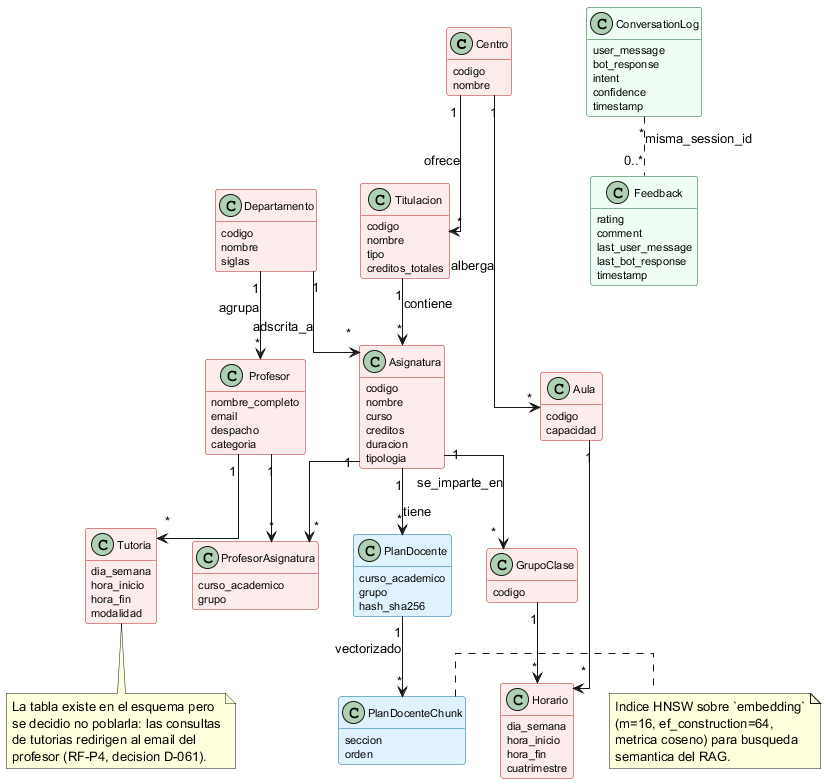
Earlier version of the PlantUML export memoria_tfg/Plantilla TfG/img/modelo_conceptual_ri.png (santiabregu/linceus-assistant). Source of this version:
```plantuml
@startuml modelo_conceptual_ri


hide methods
hide stereotype
skinparam linetype ortho
skinparam shadowing false
skinparam classFontSize 12
skinparam classAttributeFontSize 11

skinparam class {
  BackgroundColor<<dominio>>    #FDECEC
  BorderColor<<dominio>>        #B91C1C
  BackgroundColor<<rag>>        #E0F2FE
  BorderColor<<rag>>            #0369A1
  BackgroundColor<<operacion>>  #F0FDF4
  BorderColor<<operacion>>      #166534
}

class Centro <<dominio>> {
  codigo
  nombre
}

class Titulacion <<dominio>> {
  codigo
  nombre
  tipo
  creditos_totales
}

class Asignatura <<dominio>> {
  codigo
  nombre
  curso
  creditos
  duracion
  tipologia
}

class Departamento <<dominio>> {
  codigo
  nombre
  siglas
}

class Profesor <<dominio>> {
  nombre_completo
  email
  despacho
  categoria
}

class ProfesorAsignatura <<dominio>> {
  curso_academico
  grupo
  rol (titular | coordinador | suplente)
}

class GrupoClase <<dominio>> {
  codigo
  tipo (teoria | laboratorio)
}

class Aula <<dominio>> {
  codigo
  capacidad
  tipo (A: teoria | resto: laboratorio)
}

class Horario <<dominio>> {
  dia_semana
  hora_inicio
  hora_fin
  cuatrimestre
}

class Tutoria <<dominio>> {
  dia_semana
  hora_inicio
  hora_fin
  modalidad
  nota: deliberadamente vacia (D-061)
}

class PlanDocente <<rag>> {
  curso_academico
  grupo
  hash_sha256
  estado_rag (pendiente | en_proceso | completado | error)
}

class PlanDocenteChunk <<rag>> {
  contenido (texto)
  embedding (vector 2000 dims)
  seccion
  orden
}

class ConversationLog <<operacion>> {
  session_id (UUID anonimo)
  user_message
  bot_response
  intent
  confidence
  timestamp
}

class Feedback <<operacion>> {
  session_id (UUID anonimo)
  rating
  comment
  last_user_message
  last_bot_response
  timestamp
}

Centro "1" --> "*" Titulacion : ofrece
Centro "1" --> "*" Aula : alberga
Titulacion "1" --> "*" Asignatura : contiene
Departamento "1" --> "*" Profesor : agrupa
Departamento "1" --> "*" Asignatura : adscrita_a

Asignatura "1" --> "*" GrupoClase : se_imparte_en
Asignatura "1" --> "*" PlanDocente : tiene
Asignatura "1" --> "*" ProfesorAsignatura
Profesor    "1" --> "*" ProfesorAsignatura
Profesor    "1" --> "*" Tutoria

GrupoClase "1" --> "*" Horario
Aula       "1" --> "*" Horario

PlanDocente "1" --> "*" PlanDocenteChunk : vectorizado

ConversationLog "*" .. "0..*" Feedback : misma_session_id

note bottom of Tutoria
  La tabla existe en el esquema pero
  se decidio no poblarla: las consultas
  de tutorias redirigen al email del
  profesor (RF-P4, decision D-061).
end note

note right of PlanDocenteChunk
  Indice HNSW sobre `embedding`
  (m=16, ef_construction=64,
  metrica coseno) para busqueda
  semantica del RAG.
end note

@enduml
```
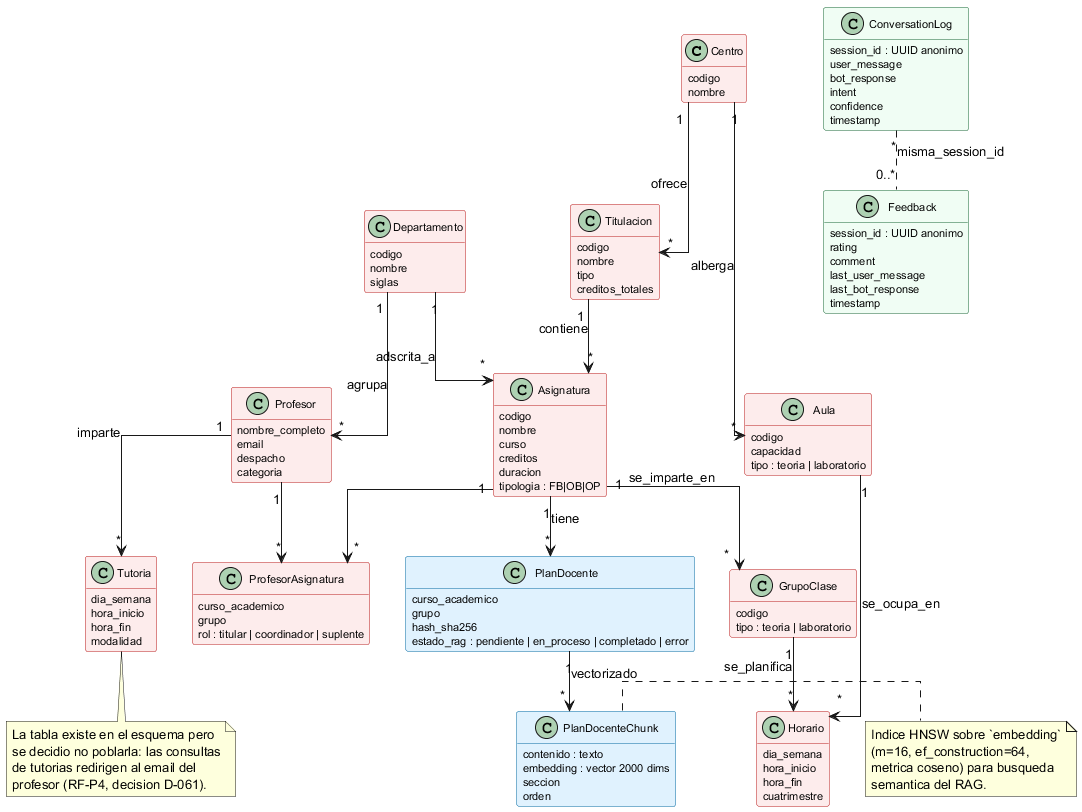
After the change.

Change to the diagram source:
```diff
@@ -35,7 +35,7 @@
   curso
   creditos
   duracion
-  tipologia
+  tipologia : FB|OB|OP
 }
 
 class Departamento <<dominio>> {
@@ -54,18 +54,18 @@
 class ProfesorAsignatura <<dominio>> {
   curso_academico
   grupo
-  rol (titular | coordinador | suplente)
+  rol : titular | coordinador | suplente
 }
 
 class GrupoClase <<dominio>> {
   codigo
-  tipo (teoria | laboratorio)
+  tipo : teoria | laboratorio
 }
 
 class Aula <<dominio>> {
   codigo
   capacidad
-  tipo (A: teoria | resto: laboratorio)
+  tipo : teoria | laboratorio
 }
 
 class Horario <<dominio>> {
@@ -80,25 +80,24 @@
   hora_inicio
   hora_fin
   modalidad
-  nota: deliberadamente vacia (D-061)
 }
 
 class PlanDocente <<rag>> {
   curso_academico
   grupo
   hash_sha256
-  estado_rag (pendiente | en_proceso | completado | error)
+  estado_rag : pendiente | en_proceso | completado | error
 }
 
 class PlanDocenteChunk <<rag>> {
-  contenido (texto)
-  embedding (vector 2000 dims)
+  contenido : texto
+  embedding : vector 2000 dims
   seccion
   orden
 }
 
 class ConversationLog <<operacion>> {
-  session_id (UUID anonimo)
+  session_id : UUID anonimo
   user_message
   bot_response
   intent
@@ -107,7 +106,7 @@
 }
 
 class Feedback <<operacion>> {
-  session_id (UUID anonimo)
+  session_id : UUID anonimo
   rating
   comment
   last_user_message
@@ -125,10 +124,10 @@
 Asignatura "1" --> "*" PlanDocente : tiene
 Asignatura "1" --> "*" ProfesorAsignatura
 Profesor    "1" --> "*" ProfesorAsignatura
-Profesor    "1" --> "*" Tutoria
+Profesor    "1" --> "*" Tutoria : imparte
 
-GrupoClase "1" --> "*" Horario
-Aula       "1" --> "*" Horario
+GrupoClase "1" --> "*" Horario : se_planifica
+Aula       "1" --> "*" Horario : se_ocupa_en
 
 PlanDocente "1" --> "*" PlanDocenteChunk : vectorizado
 
```
